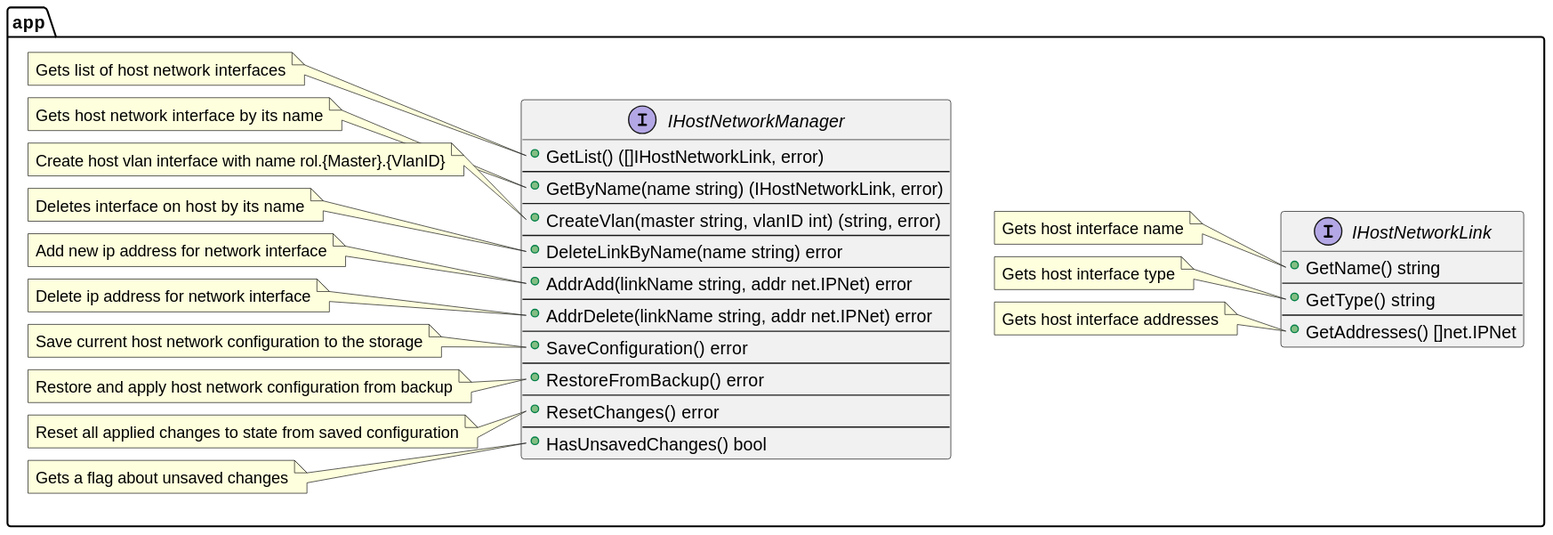
Before: docs/plantuml/interfaces/IHostNetworkManager.svg, a diagram exported from PlantUML (lf-edge/rol).
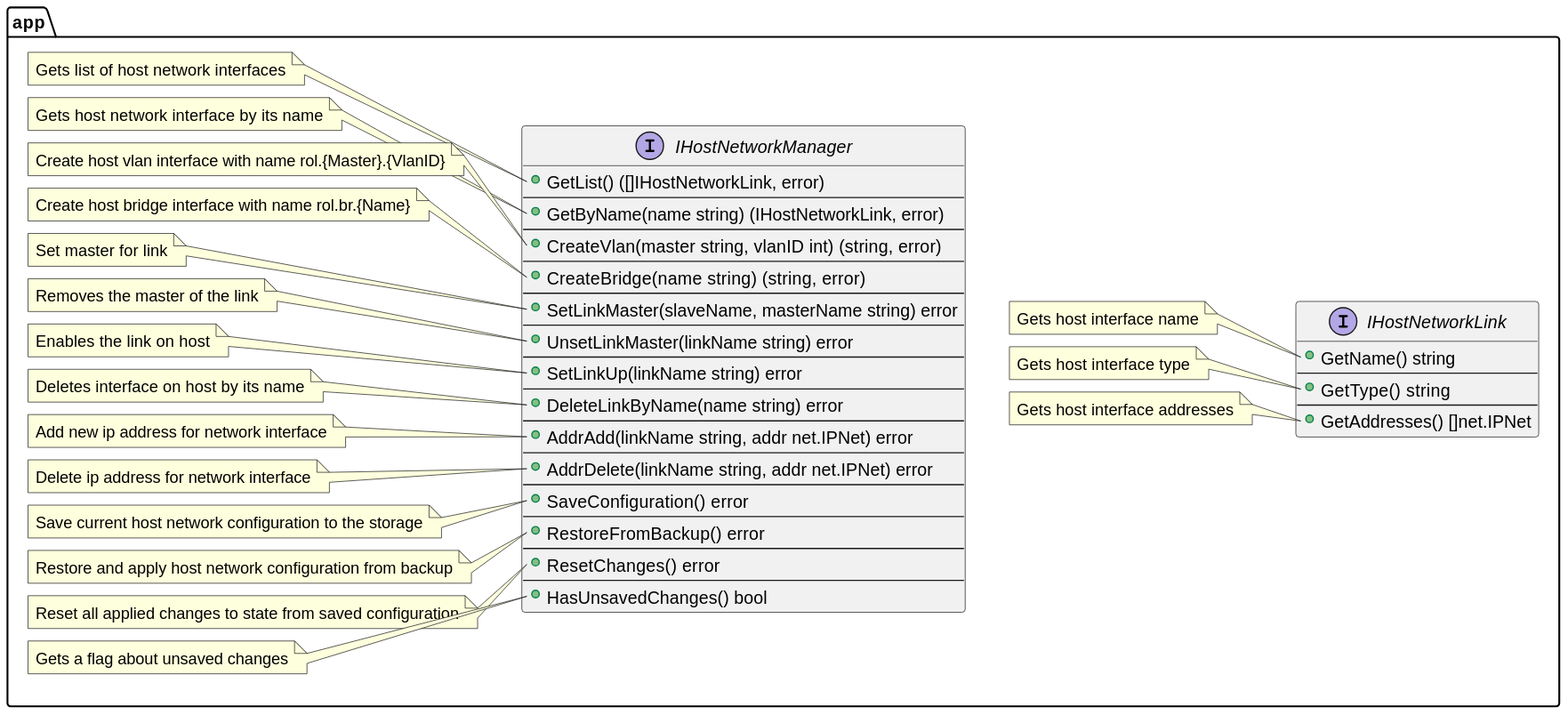
The same file after the commit.

The edit, as a diff of the source:
```diff
@@ -9,6 +9,14 @@
         +GetByName(name string) (IHostNetworkLink, error)
         --
         +CreateVlan(master string, vlanID int) (string, error)
+        --
+        +CreateBridge(name string) (string, error)
+        --
+        +SetLinkMaster(slaveName, masterName string) error
+        --
+        +UnsetLinkMaster(linkName string) error
+        --
+        +SetLinkUp(linkName string) error
         --
         +DeleteLinkByName(name string) error
         --
@@ -35,6 +43,22 @@
 
     note left of IHostNetworkManager::CreateVlan
     Create host vlan interface with name rol.{Master}.{VlanID}
+    end note
+
+    note left of IHostNetworkManager::CreateBridge
+    Create host bridge interface with name rol.br.{Name}
+    end note
+
+    note left of IHostNetworkManager::SetLinkMaster
+    Set master for link
+    end note
+
+    note left of IHostNetworkManager::UnsetLinkMaster
+    Removes the master of the link
+    end note
+
+    note left of IHostNetworkManager::SetLinkUp
+    Enables the link on host
     end note
 
     note left of IHostNetworkManager::DeleteLinkByName
```
